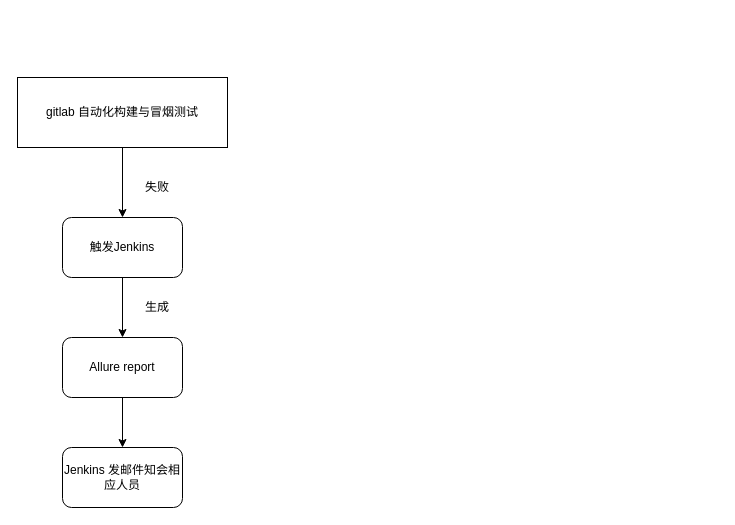
Above: gitlab_jenkins_send_email.drawio in Chenguoqing2008/drawio (draw.io), before the change. Source tidied: cells renumbered, new cells numbered last; positions are measured from the earlier drawing's top-left corner, leaving out a move shared by most shapes. Both pictures are drawn from the tidied source at 100%, with x=0, y=0 at pixel (17, 77).
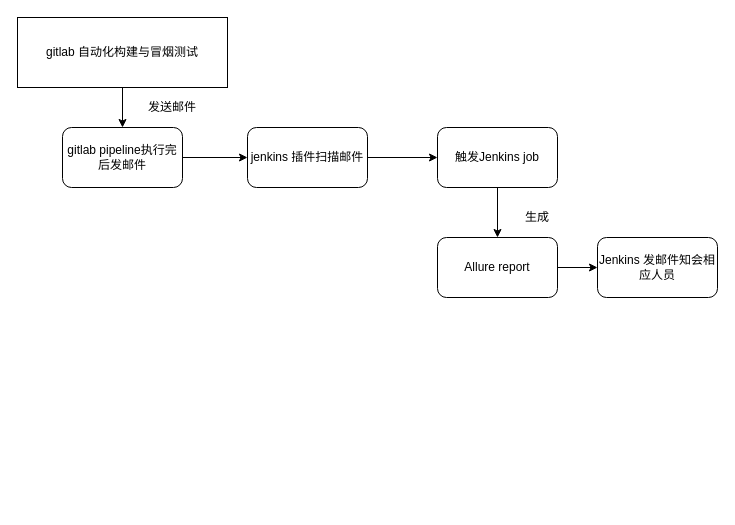
The same diagram, later.

Change to the diagram source:
```diff
@@
 <mxGraphModel>
   <root>
     <mxCell id="0" />
     <mxCell id="1" parent="0" />
+    <mxCell id="11" style="edgeStyle=orthogonalEdgeStyle;rounded=0;jettySize=auto;html=1;exitX=0.5;exitY=1;exitDx=0;exitDy=0;" parent="1" edge="1" source="2" target="13">
+      <mxGeometry relative="1" as="geometry" />
+    </mxCell>
-    <mxCell id="2" value="gitlab&amp;nbsp;自动化构建与冒烟测试" style="rounded=0;whiteSpace=wrap;html=1;" parent="1" vertex="1">
-      <mxGeometry width="210" height="70" as="geometry" />
+    <mxCell id="2" value="gitlab&amp;nbsp;自动化构建与冒烟测试" style="rounded=0;whiteSpace=wrap;html=1;gradientColor=none;" parent="1" vertex="1">
+      <mxGeometry y="-60" width="210" height="70" as="geometry" />
     </mxCell>
-    <mxCell id="3" value="触发Jenkins" style="rounded=1;whiteSpace=wrap;html=1;" parent="1" vertex="1">
-      <mxGeometry x="45" y="140" width="120" height="60" as="geometry" />
+    <mxCell id="3" value="触发Jenkins job" style="rounded=1;whiteSpace=wrap;html=1;" parent="1" vertex="1">
+      <mxGeometry x="420" y="50" width="120" height="60" as="geometry" />
     </mxCell>
-    <mxCell id="4" style="endArrow=classic;html=1;entryX=0.5;entryY=0;entryDx=0;entryDy=0;exitX=0.5;exitY=1;exitDx=0;exitDy=0;" parent="1" edge="1" source="2" target="3">
-      <mxGeometry relative="1" as="geometry" />
-    </mxCell>
-    <mxCell id="5" value="失败" style="text;html=1;strokeColor=none;fillColor=none;align=center;verticalAlign=middle;whiteSpace=wrap;rounded=0;" parent="1" vertex="1">
-      <mxGeometry x="120" y="100" width="40" height="20" as="geometry" />
-    </mxCell>
+    <mxCell id="10" style="edgeStyle=orthogonalEdgeStyle;rounded=0;jettySize=auto;html=1;exitX=1;exitY=0.5;exitDx=0;exitDy=0;entryX=0;entryY=0.5;entryDx=0;entryDy=0;" parent="1" edge="1" source="6" target="9">
+      <mxGeometry relative="1" as="geometry" />
+    </mxCell>
     <mxCell id="6" value="Allure report" style="rounded=1;whiteSpace=wrap;html=1;" parent="1" vertex="1">
-      <mxGeometry x="45" y="260" width="120" height="60" as="geometry" />
+      <mxGeometry x="420" y="160" width="120" height="60" as="geometry" />
     </mxCell>
     <mxCell id="7" style="endArrow=classic;html=1;entryX=0.5;entryY=0;entryDx=0;entryDy=0;exitX=0.5;exitY=1;exitDx=0;exitDy=0;" parent="1" edge="1" source="3" target="6">
       <mxGeometry relative="1" as="geometry" />
     </mxCell>
     <mxCell id="8" value="生成" style="text;html=1;strokeColor=none;fillColor=none;align=center;verticalAlign=middle;whiteSpace=wrap;rounded=0;" parent="1" vertex="1">
-      <mxGeometry x="120" y="220" width="40" height="20" as="geometry" />
+      <mxGeometry x="500" y="130" width="40" height="20" as="geometry" />
     </mxCell>
     <mxCell id="9" value="Jenkins&amp;nbsp;发邮件知会相应人员" style="rounded=1;whiteSpace=wrap;html=1;" parent="1" vertex="1">
-      <mxGeometry x="45" y="370" width="120" height="60" as="geometry" />
+      <mxGeometry x="580" y="160" width="120" height="60" as="geometry" />
     </mxCell>
-    <mxCell id="10" style="endArrow=classic;html=1;entryX=0.5;entryY=0;entryDx=0;entryDy=0;exitX=0.5;exitY=1;exitDx=0;exitDy=0;" parent="1" edge="1" source="6" target="9">
-      <mxGeometry relative="1" as="geometry" />
-    </mxCell>
+    <mxCell id="12" style="edgeStyle=orthogonalEdgeStyle;rounded=0;jettySize=auto;html=1;exitX=1;exitY=0.5;exitDx=0;exitDy=0;entryX=0;entryY=0.5;entryDx=0;entryDy=0;" parent="1" edge="1" source="13" target="15">
+      <mxGeometry relative="1" as="geometry" />
+    </mxCell>
+    <mxCell id="13" value="gitlab pipeline执行完后发邮件" style="rounded=1;whiteSpace=wrap;html=1;" parent="1" vertex="1">
+      <mxGeometry x="45" y="50" width="120" height="60" as="geometry" />
+    </mxCell>
+    <mxCell id="14" style="edgeStyle=orthogonalEdgeStyle;rounded=0;jettySize=auto;html=1;exitX=1;exitY=0.5;exitDx=0;exitDy=0;entryX=0;entryY=0.5;entryDx=0;entryDy=0;" parent="1" edge="1" source="15" target="3">
+      <mxGeometry relative="1" as="geometry" />
+    </mxCell>
+    <mxCell id="15" value="jenkins&amp;nbsp;插件扫描邮件" style="rounded=1;whiteSpace=wrap;html=1;" parent="1" vertex="1">
+      <mxGeometry x="230" y="50" width="120" height="60" as="geometry" />
+    </mxCell>
+    <mxCell id="16" value="发送邮件" style="text;html=1;strokeColor=none;fillColor=none;align=center;verticalAlign=middle;whiteSpace=wrap;rounded=0;" parent="1" vertex="1">
+      <mxGeometry x="120" y="20" width="70" height="20" as="geometry" />
+    </mxCell>
   </root>
 </mxGraphModel>
```
